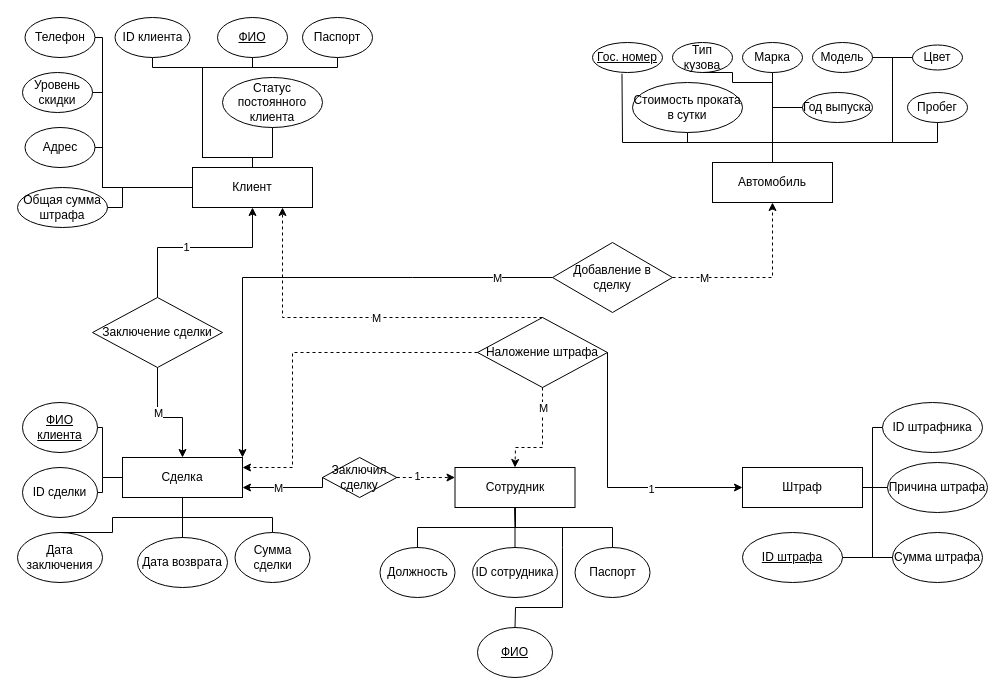
Above: car_rent_diagram.drawio in Normantjer/bd_project (draw.io), before the change. Source tidied: cells renumbered, new cells numbered last; positions are measured from the earlier drawing's top-left corner, leaving out a move shared by most shapes. Both pictures are drawn from the tidied source at 100%, with x=0, y=0 at pixel (17, 17).
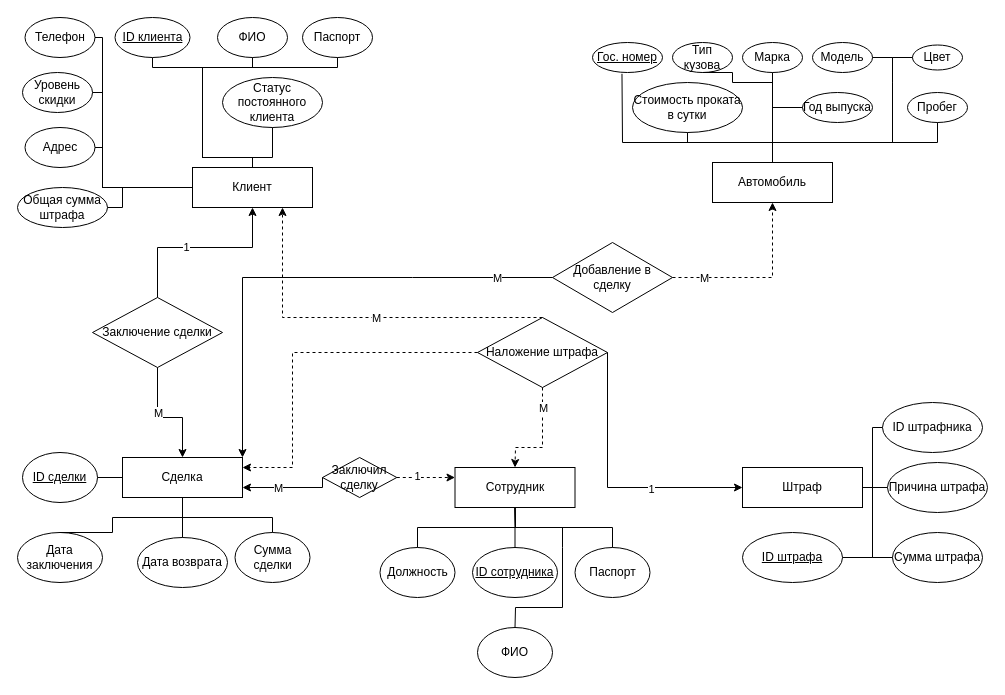
The same page after the edit.

Commit message:
Upd car_rent_diagram

Unchanged cells that the change refers to:
```xml
<mxCell id="3" value="Сделка" style="rounded=0;whiteSpace=wrap;html=1;" parent="1" vertex="1">
  <mxGeometry x="105" y="440" width="120" height="40" as="geometry" />
</mxCell>
```

Diff of the diagram source:
```diff
@@
-    <mxCell id="21" value="&lt;u&gt;ФИО&lt;/u&gt;" style="ellipse;whiteSpace=wrap;html=1;" parent="1" vertex="1">
+    <mxCell id="21" value="ФИО" style="ellipse;whiteSpace=wrap;html=1;" parent="1" vertex="1">
       <mxGeometry x="200" width="70" height="40" as="geometry" />
     </mxCell>
@@
-    <mxCell id="36" value="ID клиента" style="ellipse;whiteSpace=wrap;html=1;" parent="1" vertex="1">
+    <mxCell id="36" value="&lt;u&gt;ID клиента&lt;/u&gt;" style="ellipse;whiteSpace=wrap;html=1;" parent="1" vertex="1">
       <mxGeometry x="97.5" width="75" height="40" as="geometry" />
     </mxCell>
-    <mxCell id="37" value="&lt;u&gt;ФИО клиента&lt;/u&gt;" style="ellipse;whiteSpace=wrap;html=1;" parent="1" vertex="1">
-      <mxGeometry x="5" y="385" width="75" height="50" as="geometry" />
-    </mxCell>
-    <mxCell id="38" value="ID сделки" style="ellipse;whiteSpace=wrap;html=1;" parent="1" vertex="1">
-      <mxGeometry x="5" y="450" width="75" height="50" as="geometry" />
+    <mxCell id="38" value="&lt;u&gt;ID сделки&lt;/u&gt;" style="ellipse;whiteSpace=wrap;html=1;" parent="1" vertex="1">
+      <mxGeometry x="5" y="435" width="75" height="50" as="geometry" />
     </mxCell>
@@
-    <mxCell id="43" value="&lt;u&gt;ФИО&lt;/u&gt;" style="ellipse;whiteSpace=wrap;html=1;" parent="1" vertex="1">
+    <mxCell id="43" value="ФИО" style="ellipse;whiteSpace=wrap;html=1;" parent="1" vertex="1">
       <mxGeometry x="460" y="610" width="75" height="50" as="geometry" />
     </mxCell>
@@
-    <mxCell id="45" value="ID сотрудника" style="ellipse;whiteSpace=wrap;html=1;" parent="1" vertex="1">
+    <mxCell id="45" value="&lt;u&gt;ID сотрудника&lt;/u&gt;" style="ellipse;whiteSpace=wrap;html=1;" parent="1" vertex="1">
       <mxGeometry x="455" y="530" width="85" height="50" as="geometry" />
     </mxCell>
@@
-    <mxCell id="54" style="endArrow=none;html=1;rounded=0;entryX=0;entryY=0.5;entryDx=0;entryDy=0;exitX=1;exitY=0.5;exitDx=0;exitDy=0;" parent="1" edge="1" source="37" target="3">
-      <mxGeometry relative="1" as="geometry">
-        <Array as="points">
-          <mxPoint x="85" y="410" />
-          <mxPoint x="85" y="460" />
-        </Array>
-      </mxGeometry>
-    </mxCell>
     <mxCell id="55" style="endArrow=none;html=1;rounded=0;entryX=0;entryY=0.5;entryDx=0;entryDy=0;exitX=1;exitY=0.5;exitDx=0;exitDy=0;" parent="1" edge="1" source="38" target="3">
-      <mxGeometry relative="1" as="geometry">
-        <Array as="points">
-          <mxPoint x="85" y="475" />
-          <mxPoint x="85" y="460" />
-        </Array>
-      </mxGeometry>
+      <mxGeometry relative="1" as="geometry" />
     </mxCell>
```
